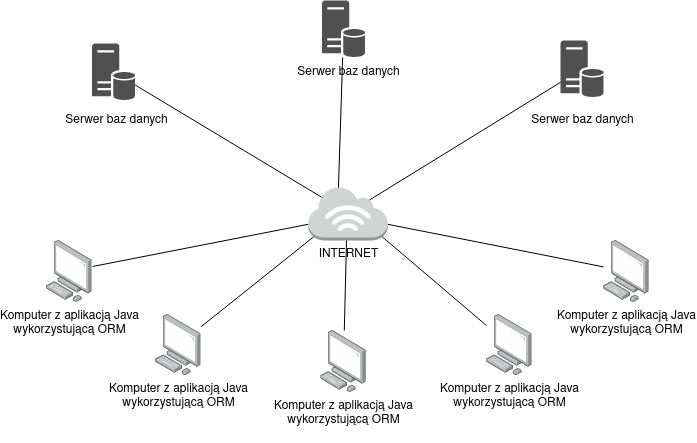
Before: diagrams/architektura_fizyczna.drawio.png, a diagram exported from draw.io (ajablonsk1/orm-design-patterns). Source tidied: cells renumbered, new cells last; positions are measured from the earlier drawing's top-left corner, leaving out a move shared by most shapes. Source of this version:
```xml
<mxGraphModel>
  <root>
    <mxCell id="0" />
    <mxCell id="1" parent="0" />
    <mxCell id="2" value="&lt;div&gt;Komputer z aplikacją Java&lt;br&gt;wykorzystującą ORM&lt;/div&gt;&lt;div&gt;&lt;br&gt;&lt;/div&gt;" style="points=[];html=1;align=center;shadow=0;dashed=0;image;image=img/lib/allied_telesis/computer_and_terminals/Personal_Computer.svg;" parent="1" vertex="1">
      <mxGeometry y="240" width="45.6" height="61.8" as="geometry" />
    </mxCell>
    <mxCell id="3" style="sketch=0;shadow=0;dashed=0;html=1;strokeColor=none;fillColor=#505050;labelPosition=center;verticalLabelPosition=bottom;verticalAlign=top;outlineConnect=0;align=center;shape=mxgraph.office.databases.database_server;" parent="1" vertex="1">
      <mxGeometry x="45.6" y="43" width="43" height="57" as="geometry" />
    </mxCell>
    <mxCell id="4" value="Serwer baz danych" style="text;html=1;align=center;verticalAlign=middle;strokeColor=none;fillColor=none;" parent="1" vertex="1">
      <mxGeometry x="10" y="110" width="120" height="20" as="geometry" />
    </mxCell>
    <mxCell id="5" style="sketch=0;shadow=0;dashed=0;html=1;strokeColor=none;fillColor=#505050;labelPosition=center;verticalLabelPosition=bottom;verticalAlign=top;outlineConnect=0;align=center;shape=mxgraph.office.databases.database_server;" parent="1" vertex="1">
      <mxGeometry x="275.6" width="43" height="57" as="geometry" />
    </mxCell>
    <mxCell id="6" value="Serwer baz danych" style="text;html=1;align=center;verticalAlign=middle;strokeColor=none;fillColor=none;" parent="1" vertex="1">
      <mxGeometry x="241.5" y="61.5" width="120" height="20" as="geometry" />
    </mxCell>
    <mxCell id="7" style="sketch=0;shadow=0;dashed=0;html=1;strokeColor=none;fillColor=#505050;labelPosition=center;verticalLabelPosition=bottom;verticalAlign=top;outlineConnect=0;align=center;shape=mxgraph.office.databases.database_server;" parent="1" vertex="1">
      <mxGeometry x="514.1" y="40" width="43" height="57" as="geometry" />
    </mxCell>
    <mxCell id="8" value="Serwer baz danych" style="text;html=1;align=center;verticalAlign=middle;strokeColor=none;fillColor=none;" parent="1" vertex="1">
      <mxGeometry x="475.6" y="110" width="120" height="20" as="geometry" />
    </mxCell>
    <mxCell id="9" value="&lt;div&gt;Komputer z aplikacją Java&lt;br&gt;wykorzystującą ORM&lt;/div&gt;&lt;div&gt;&lt;br&gt;&lt;/div&gt;" style="points=[];html=1;align=center;shadow=0;dashed=0;image;image=img/lib/allied_telesis/computer_and_terminals/Personal_Computer.svg;" parent="1" vertex="1">
      <mxGeometry x="108.9" y="313.6" width="45.6" height="61.8" as="geometry" />
    </mxCell>
    <mxCell id="10" value="&lt;div&gt;Komputer z aplikacją Java&lt;br&gt;wykorzystującą ORM&lt;/div&gt;&lt;div&gt;&lt;br&gt;&lt;/div&gt;" style="points=[];html=1;align=center;shadow=0;dashed=0;image;image=img/lib/allied_telesis/computer_and_terminals/Personal_Computer.svg;" parent="1" vertex="1">
      <mxGeometry x="274.3" y="330" width="45.6" height="61.8" as="geometry" />
    </mxCell>
    <mxCell id="11" value="&lt;div&gt;Komputer z aplikacją Java&lt;br&gt;wykorzystującą ORM&lt;/div&gt;&lt;div&gt;&lt;br&gt;&lt;/div&gt;" style="points=[];html=1;align=center;shadow=0;dashed=0;image;image=img/lib/allied_telesis/computer_and_terminals/Personal_Computer.svg;" parent="1" vertex="1">
      <mxGeometry x="440" y="313.6" width="45.6" height="61.8" as="geometry" />
    </mxCell>
    <mxCell id="12" value="&lt;div&gt;Komputer z aplikacją Java&lt;br&gt;wykorzystującą ORM&lt;/div&gt;&lt;div&gt;&lt;br&gt;&lt;/div&gt;" style="points=[];html=1;align=center;shadow=0;dashed=0;image;image=img/lib/allied_telesis/computer_and_terminals/Personal_Computer.svg;" parent="1" vertex="1">
      <mxGeometry x="557.1" y="240" width="45.6" height="61.8" as="geometry" />
    </mxCell>
    <mxCell id="13" value="INTERNET" style="outlineConnect=0;dashed=0;verticalLabelPosition=bottom;verticalAlign=top;align=center;html=1;shape=mxgraph.aws3.internet_3;fillColor=#D2D3D3;gradientColor=none;strokeColor=default;" parent="1" vertex="1">
      <mxGeometry x="261.8" y="186" width="79.5" height="54" as="geometry" />
    </mxCell>
    <mxCell id="14" style="endArrow=none;html=1;rounded=0;exitX=0.77;exitY=0.25;exitDx=0;exitDy=0;exitPerimeter=0;" parent="1" edge="1" source="13" target="7">
      <mxGeometry relative="1" as="geometry" />
    </mxCell>
    <mxCell id="15" style="endArrow=none;html=1;rounded=0;exitX=1;exitY=0.7;exitDx=0;exitDy=0;exitPerimeter=0;" parent="1" edge="1" source="13" target="12">
      <mxGeometry relative="1" as="geometry" />
    </mxCell>
    <mxCell id="16" style="endArrow=none;html=1;rounded=0;" parent="1" edge="1" target="10">
      <mxGeometry relative="1" as="geometry">
        <mxPoint x="300" y="240" as="sourcePoint" />
      </mxGeometry>
    </mxCell>
    <mxCell id="17" style="endArrow=none;html=1;rounded=0;exitX=0.93;exitY=0.93;exitDx=0;exitDy=0;exitPerimeter=0;" parent="1" edge="1" source="13" target="11">
      <mxGeometry relative="1" as="geometry" />
    </mxCell>
    <mxCell id="18" style="endArrow=none;html=1;rounded=0;exitX=0.07;exitY=0.93;exitDx=0;exitDy=0;exitPerimeter=0;" parent="1" edge="1" source="13" target="9">
      <mxGeometry relative="1" as="geometry" />
    </mxCell>
    <mxCell id="19" style="endArrow=none;html=1;rounded=0;entryX=1.009;entryY=0.421;entryDx=0;entryDy=0;entryPerimeter=0;exitX=0;exitY=0.7;exitDx=0;exitDy=0;exitPerimeter=0;" parent="1" edge="1" source="13" target="2">
      <mxGeometry relative="1" as="geometry" />
    </mxCell>
    <mxCell id="20" style="endArrow=none;html=1;rounded=0;exitX=0.38;exitY=0.02;exitDx=0;exitDy=0;exitPerimeter=0;" parent="1" edge="1" source="13" target="5">
      <mxGeometry relative="1" as="geometry" />
    </mxCell>
    <mxCell id="21" style="endArrow=none;html=1;rounded=0;entryX=0.17;entryY=0.2;entryDx=0;entryDy=0;entryPerimeter=0;" parent="1" edge="1" source="3" target="13">
      <mxGeometry relative="1" as="geometry" />
    </mxCell>
  </root>
</mxGraphModel>
```
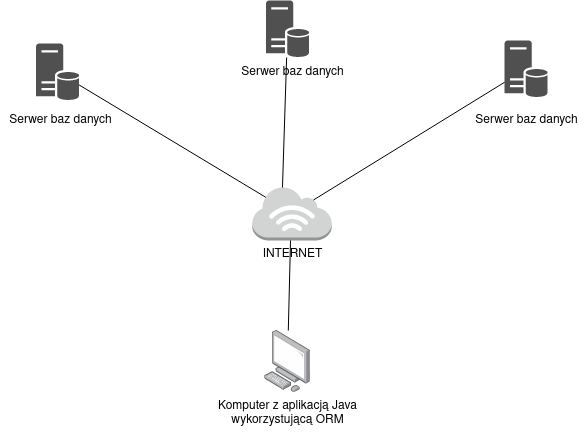
The same diagram one commit later.

Commit message:
architektura fizyczna - aktualizacja

The edit, as a diff of the source:
```diff
@@ -2,9 +2,6 @@
   <root>
     <mxCell id="0" />
     <mxCell id="1" parent="0" />
-    <mxCell id="2" value="&lt;div&gt;Komputer z aplikacją Java&lt;br&gt;wykorzystującą ORM&lt;/div&gt;&lt;div&gt;&lt;br&gt;&lt;/div&gt;" style="points=[];html=1;align=center;shadow=0;dashed=0;image;image=img/lib/allied_telesis/computer_and_terminals/Personal_Computer.svg;" parent="1" vertex="1">
-      <mxGeometry y="240" width="45.6" height="61.8" as="geometry" />
-    </mxCell>
     <mxCell id="3" style="sketch=0;shadow=0;dashed=0;html=1;strokeColor=none;fillColor=#505050;labelPosition=center;verticalLabelPosition=bottom;verticalAlign=top;outlineConnect=0;align=center;shape=mxgraph.office.databases.database_server;" parent="1" vertex="1">
       <mxGeometry x="45.6" y="43" width="43" height="57" as="geometry" />
     </mxCell>
@@ -23,41 +20,20 @@
     <mxCell id="8" value="Serwer baz danych" style="text;html=1;align=center;verticalAlign=middle;strokeColor=none;fillColor=none;" parent="1" vertex="1">
       <mxGeometry x="475.6" y="110" width="120" height="20" as="geometry" />
     </mxCell>
-    <mxCell id="9" value="&lt;div&gt;Komputer z aplikacją Java&lt;br&gt;wykorzystującą ORM&lt;/div&gt;&lt;div&gt;&lt;br&gt;&lt;/div&gt;" style="points=[];html=1;align=center;shadow=0;dashed=0;image;image=img/lib/allied_telesis/computer_and_terminals/Personal_Computer.svg;" parent="1" vertex="1">
-      <mxGeometry x="108.9" y="313.6" width="45.6" height="61.8" as="geometry" />
-    </mxCell>
     <mxCell id="10" value="&lt;div&gt;Komputer z aplikacją Java&lt;br&gt;wykorzystującą ORM&lt;/div&gt;&lt;div&gt;&lt;br&gt;&lt;/div&gt;" style="points=[];html=1;align=center;shadow=0;dashed=0;image;image=img/lib/allied_telesis/computer_and_terminals/Personal_Computer.svg;" parent="1" vertex="1">
       <mxGeometry x="274.3" y="330" width="45.6" height="61.8" as="geometry" />
     </mxCell>
-    <mxCell id="11" value="&lt;div&gt;Komputer z aplikacją Java&lt;br&gt;wykorzystującą ORM&lt;/div&gt;&lt;div&gt;&lt;br&gt;&lt;/div&gt;" style="points=[];html=1;align=center;shadow=0;dashed=0;image;image=img/lib/allied_telesis/computer_and_terminals/Personal_Computer.svg;" parent="1" vertex="1">
-      <mxGeometry x="440" y="313.6" width="45.6" height="61.8" as="geometry" />
-    </mxCell>
-    <mxCell id="12" value="&lt;div&gt;Komputer z aplikacją Java&lt;br&gt;wykorzystującą ORM&lt;/div&gt;&lt;div&gt;&lt;br&gt;&lt;/div&gt;" style="points=[];html=1;align=center;shadow=0;dashed=0;image;image=img/lib/allied_telesis/computer_and_terminals/Personal_Computer.svg;" parent="1" vertex="1">
-      <mxGeometry x="557.1" y="240" width="45.6" height="61.8" as="geometry" />
-    </mxCell>
     <mxCell id="13" value="INTERNET" style="outlineConnect=0;dashed=0;verticalLabelPosition=bottom;verticalAlign=top;align=center;html=1;shape=mxgraph.aws3.internet_3;fillColor=#D2D3D3;gradientColor=none;strokeColor=default;" parent="1" vertex="1">
       <mxGeometry x="261.8" y="186" width="79.5" height="54" as="geometry" />
     </mxCell>
     <mxCell id="14" style="endArrow=none;html=1;rounded=0;exitX=0.77;exitY=0.25;exitDx=0;exitDy=0;exitPerimeter=0;" parent="1" edge="1" source="13" target="7">
       <mxGeometry relative="1" as="geometry" />
     </mxCell>
-    <mxCell id="15" style="endArrow=none;html=1;rounded=0;exitX=1;exitY=0.7;exitDx=0;exitDy=0;exitPerimeter=0;" parent="1" edge="1" source="13" target="12">
-      <mxGeometry relative="1" as="geometry" />
-    </mxCell>
     <mxCell id="16" style="endArrow=none;html=1;rounded=0;" parent="1" edge="1" target="10">
       <mxGeometry relative="1" as="geometry">
         <mxPoint x="300" y="240" as="sourcePoint" />
       </mxGeometry>
     </mxCell>
-    <mxCell id="17" style="endArrow=none;html=1;rounded=0;exitX=0.93;exitY=0.93;exitDx=0;exitDy=0;exitPerimeter=0;" parent="1" edge="1" source="13" target="11">
-      <mxGeometry relative="1" as="geometry" />
-    </mxCell>
-    <mxCell id="18" style="endArrow=none;html=1;rounded=0;exitX=0.07;exitY=0.93;exitDx=0;exitDy=0;exitPerimeter=0;" parent="1" edge="1" source="13" target="9">
-      <mxGeometry relative="1" as="geometry" />
-    </mxCell>
-    <mxCell id="19" style="endArrow=none;html=1;rounded=0;entryX=1.009;entryY=0.421;entryDx=0;entryDy=0;entryPerimeter=0;exitX=0;exitY=0.7;exitDx=0;exitDy=0;exitPerimeter=0;" parent="1" edge="1" source="13" target="2">
-      <mxGeometry relative="1" as="geometry" />
-    </mxCell>
     <mxCell id="20" style="endArrow=none;html=1;rounded=0;exitX=0.38;exitY=0.02;exitDx=0;exitDy=0;exitPerimeter=0;" parent="1" edge="1" source="13" target="5">
       <mxGeometry relative="1" as="geometry" />
     </mxCell>
```
